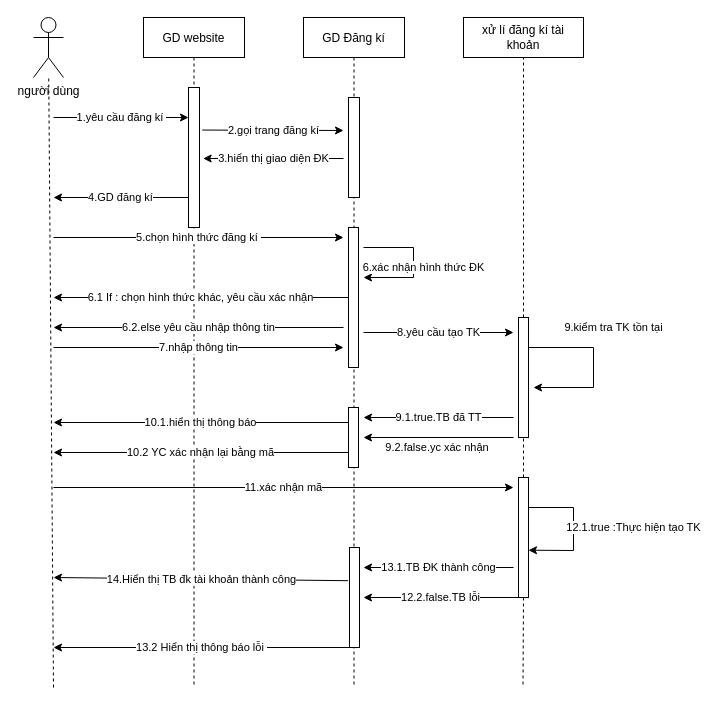
The draw.io diagram page "Page-1" (1 of 3) of sequnece.drawio in trucka312/diagram, before the edit. Source tidied: cells renumbered, new cells numbered last; positions are measured from the earlier drawing's top-left corner, leaving out a move shared by most shapes. Both pictures are drawn from the tidied source at 100%, with x=0, y=0 at pixel (33, 17).
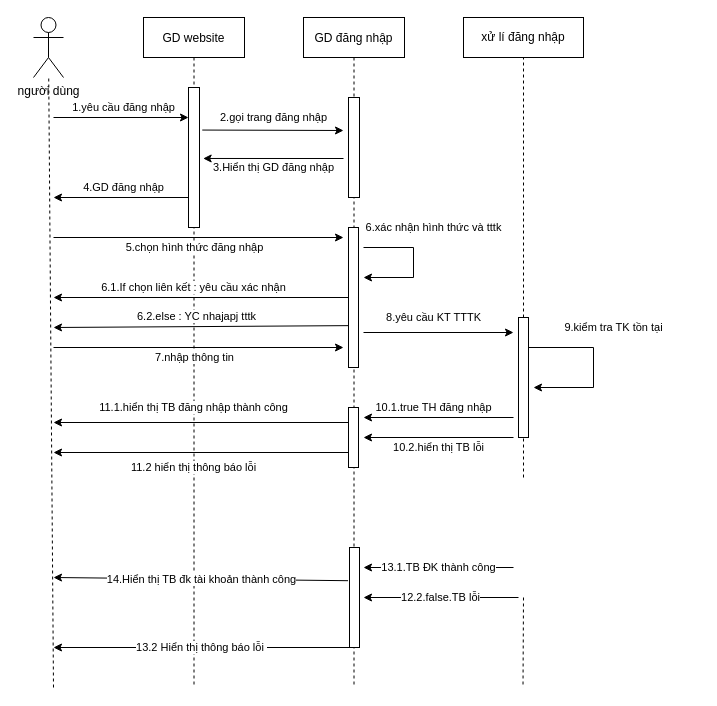
After the change.

The change refers to these unchanged cells:
```xml
<mxCell id="3" style="points=[];perimeter=orthogonalPerimeter;rounded=0;shadow=0;strokeWidth=1;" parent="2" vertex="1">
  <mxGeometry x="45" y="70" width="11" height="140" as="geometry" />
</mxCell>
<mxCell id="6" style="rounded=0;whiteSpace=wrap;html=1;" parent="4" vertex="1">
  <mxGeometry x="45" y="210" width="10" height="140" as="geometry" />
</mxCell>
<mxCell id="8" style="rounded=0;whiteSpace=wrap;html=1;" parent="4" vertex="1">
  <mxGeometry x="45" y="390" width="10" height="60" as="geometry" />
</mxCell>
<mxCell id="18" style="rounded=0;whiteSpace=wrap;html=1;" parent="1" vertex="1">
  <mxGeometry x="485" y="300" width="10" height="120" as="geometry" />
</mxCell>
```

What changed in the source:
```diff
@@
-    <mxCell id="4" value="GD Đăng kí" style="shape=umlLifeline;perimeter=lifelinePerimeter;rounded=0;shadow=0;strokeWidth=1;" parent="1" vertex="1">
+    <mxCell id="4" value="GD đăng nhập" style="shape=umlLifeline;perimeter=lifelinePerimeter;rounded=0;shadow=0;strokeWidth=1;" parent="1" vertex="1">
       <mxGeometry x="270" width="101" height="670" as="geometry" />
     </mxCell>
@@
-    <mxCell id="10" value="xử lí đăng kí tài khoản" style="rounded=0;whiteSpace=wrap;html=1;" parent="1" vertex="1">
+    <mxCell id="10" value="xử lí đăng nhập" style="rounded=0;whiteSpace=wrap;html=1;" parent="1" vertex="1">
       <mxGeometry x="430" width="120" height="40" as="geometry" />
     </mxCell>
-    <mxCell id="11" value="1.yêu cầu đăng kí&amp;nbsp;" style="endArrow=classic;html=1;rounded=0;" parent="1" edge="1" target="3">
-      <mxGeometry relative="1" as="geometry">
+    <mxCell id="11" value="1.yêu cầu đăng nhập" style="endArrow=classic;html=1;rounded=0;" parent="1" edge="1" target="3">
+      <mxGeometry x="0.04" y="10" relative="1" as="geometry">
         <mxPoint x="20" y="100" as="sourcePoint" />
       </mxGeometry>
     </mxCell>
@@
-    <mxCell id="13" value="2.gọi trang đăng kí" style="endArrow=classic;html=1;rounded=0;exitX=1.253;exitY=0.304;exitDx=0;exitDy=0;exitPerimeter=0;" parent="1" edge="1" source="3">
-      <mxGeometry relative="1" as="geometry">
+    <mxCell id="13" value="2.gọi trang đăng nhập" style="endArrow=classic;html=1;rounded=0;exitX=1.253;exitY=0.304;exitDx=0;exitDy=0;exitPerimeter=0;" parent="1" edge="1" source="3">
+      <mxGeometry x="0.01" y="13" relative="1" as="geometry">
         <mxPoint x="310" y="113" as="targetPoint" />
       </mxGeometry>
     </mxCell>
-    <mxCell id="14" value="3.hiển thị giao diện ĐK" style="endArrow=classic;html=1;rounded=0;entryX=1.333;entryY=0.507;entryDx=0;entryDy=0;entryPerimeter=0;" parent="1" edge="1" target="3">
-      <mxGeometry relative="1" as="geometry">
+    <mxCell id="14" value="3.Hiển thị GD đăng nhập" style="endArrow=classic;html=1;rounded=0;entryX=1.333;entryY=0.507;entryDx=0;entryDy=0;entryPerimeter=0;" parent="1" edge="1" target="3">
+      <mxGeometry y="9" relative="1" as="geometry">
         <mxPoint x="310" y="141" as="sourcePoint" />
       </mxGeometry>
     </mxCell>
@@
-    <mxCell id="16" value="4.GD đăng kí" style="endArrow=classic;html=1;rounded=0;" parent="1" edge="1" source="3">
-      <mxGeometry relative="1" as="geometry">
+    <mxCell id="16" value="4.GD đăng nhập" style="endArrow=classic;html=1;rounded=0;" parent="1" edge="1" source="3">
+      <mxGeometry x="-0.04" y="-10" relative="1" as="geometry">
         <mxPoint x="20" y="180" as="targetPoint" />
       </mxGeometry>
     </mxCell>
-    <mxCell id="17" value="5.chọn hình thức đăng kí&amp;nbsp;" style="endArrow=classic;html=1;rounded=0;" parent="1" edge="1">
-      <mxGeometry relative="1" as="geometry">
+    <mxCell id="17" value="5.chọn hình thức đăng nhập" style="endArrow=classic;html=1;rounded=0;" parent="1" edge="1">
+      <mxGeometry x="-0.03" y="-10" relative="1" as="geometry">
         <mxPoint x="20" y="220" as="sourcePoint" />
         <mxPoint x="310" y="220" as="targetPoint" />
       </mxGeometry>
     </mxCell>
@@
-    <mxCell id="19" style="endArrow=none;dashed=1;html=1;rounded=0;entryX=0.5;entryY=1;entryDx=0;entryDy=0;startArrow=none;" parent="1" edge="1" source="26" target="18">
-      <mxGeometry relative="1" as="geometry" />
+    <mxCell id="19" style="endArrow=none;dashed=1;html=1;rounded=0;entryX=0.5;entryY=1;entryDx=0;entryDy=0;startArrow=none;" parent="1" edge="1" target="18">
+      <mxGeometry relative="1" as="geometry">
+        <mxPoint x="490" y="460" as="sourcePoint" />
+      </mxGeometry>
     </mxCell>
-    <mxCell id="20" value="6.xác nhận hình thức ĐK" style="endArrow=classic;html=1;rounded=0;" parent="1" edge="1">
-      <mxGeometry x="0.07" y="10" relative="1" as="geometry">
+    <mxCell id="20" value="6.xác nhận hình thức và tttk" style="endArrow=classic;html=1;rounded=0;" parent="1" edge="1">
+      <mxGeometry x="-0.23" y="28" relative="1" as="geometry">
         <mxPoint x="330" y="230" as="sourcePoint" />
         <mxPoint x="330" y="260" as="targetPoint" />
         <Array as="points">
           <mxPoint x="380" y="230" />
           <mxPoint x="380" y="260" />
         </Array>
+        <mxPoint x="-8" y="-20" as="offset" />
       </mxGeometry>
     </mxCell>
@@
-    <mxCell id="22" value="8.yêu cầu tạo TK" style="endArrow=classic;html=1;rounded=0;" parent="1" edge="1">
-      <mxGeometry relative="1" as="geometry">
+    <mxCell id="22" value="8.yêu cầu KT TTTK" style="endArrow=classic;html=1;rounded=0;" parent="1" edge="1">
+      <mxGeometry x="-0.07" y="15" relative="1" as="geometry">
         <mxPoint x="330" y="315" as="sourcePoint" />
         <mxPoint x="480" y="315" as="targetPoint" />
       </mxGeometry>
     </mxCell>
-    <mxCell id="23" value="9.1.true.TB đã TT" style="endArrow=classic;html=1;rounded=0;" parent="1" edge="1">
-      <mxGeometry relative="1" as="geometry">
+    <mxCell id="23" value="10.1.true TH đăng nhập" style="endArrow=classic;html=1;rounded=0;" parent="1" edge="1">
+      <mxGeometry x="0.07" y="-10" relative="1" as="geometry">
         <mxPoint x="480" y="400" as="sourcePoint" />
         <mxPoint x="330" y="400" as="targetPoint" />
       </mxGeometry>
     </mxCell>
-    <mxCell id="24" value="9.2.false.yc xác nhận&amp;nbsp;" style="endArrow=classic;html=1;rounded=0;" parent="1" edge="1">
+    <mxCell id="24" value="10.2.hiển thị TB lỗi" style="endArrow=classic;html=1;rounded=0;" parent="1" edge="1">
       <mxGeometry y="10" relative="1" as="geometry">
         <mxPoint x="480" y="420" as="sourcePoint" />
         <mxPoint x="330" y="420" as="targetPoint" />
       </mxGeometry>
     </mxCell>
-    <mxCell id="25" value="11.xác nhận mã" style="endArrow=classic;html=1;rounded=0;" parent="1" edge="1">
-      <mxGeometry relative="1" as="geometry">
-        <mxPoint x="20" y="470" as="sourcePoint" />
-        <mxPoint x="480" y="470" as="targetPoint" />
-      </mxGeometry>
-    </mxCell>
-    <mxCell id="26" style="rounded=0;whiteSpace=wrap;html=1;" parent="1" vertex="1">
-      <mxGeometry x="485" y="460" width="10" height="120" as="geometry" />
-    </mxCell>
-    <mxCell id="27" style="endArrow=none;dashed=1;html=1;rounded=0;exitX=0.5;exitY=1;exitDx=0;exitDy=0;exitPerimeter=0;" parent="1" edge="1" source="26">
+    <mxCell id="27" style="endArrow=none;dashed=1;html=1;rounded=0;exitX=0.5;exitY=1;exitDx=0;exitDy=0;exitPerimeter=0;" parent="1" edge="1">
       <mxGeometry relative="1" as="geometry">
+        <mxPoint x="490" y="580" as="sourcePoint" />
         <mxPoint x="489.5" y="670" as="targetPoint" />
       </mxGeometry>
     </mxCell>
-    <mxCell id="28" value="12.1.true :Thực hiện tạo TK" style="endArrow=classic;html=1;rounded=0;exitX=1;exitY=0.25;exitDx=0;exitDy=0;entryX=1;entryY=0.606;entryDx=0;entryDy=0;entryPerimeter=0;" parent="1" edge="1" source="26" target="26">
-      <mxGeometry x="-0.02" y="60" relative="1" as="geometry">
-        <Array as="points">
-          <mxPoint x="540" y="490" />
-          <mxPoint x="540" y="533" />
-        </Array>
-      </mxGeometry>
-    </mxCell>
-    <mxCell id="29" value="12.2.false.TB lỗi" style="endArrow=classic;html=1;rounded=0;exitX=0;exitY=1;exitDx=0;exitDy=0;" parent="1" edge="1" source="26">
+    <mxCell id="29" value="12.2.false.TB lỗi" style="endArrow=classic;html=1;rounded=0;exitX=0;exitY=1;exitDx=0;exitDy=0;" parent="1" edge="1">
       <mxGeometry relative="1" as="geometry">
+        <mxPoint x="485" y="580" as="sourcePoint" />
         <mxPoint x="330" y="580" as="targetPoint" />
       </mxGeometry>
     </mxCell>
@@
-    <mxCell id="31" value="6.1 If : chọn hình thức khác, yêu cầu xác nhận" style="endArrow=classic;html=1;rounded=0;exitX=0;exitY=0.5;exitDx=0;exitDy=0;" parent="1" edge="1" source="6">
-      <mxGeometry relative="1" as="geometry">
+    <mxCell id="31" value="6.1.If chọn liên kết : yêu cầu xác nhận" style="endArrow=classic;html=1;rounded=0;exitX=0;exitY=0.5;exitDx=0;exitDy=0;" parent="1" edge="1" source="6">
+      <mxGeometry x="0.05" y="-10" relative="1" as="geometry">
         <mxPoint x="20" y="280" as="targetPoint" />
       </mxGeometry>
     </mxCell>
-    <mxCell id="32" value="6.2.else yêu cầu nhập thông tin" style="endArrow=classic;html=1;rounded=0;" parent="1" edge="1">
-      <mxGeometry relative="1" as="geometry">
-        <mxPoint x="310" y="310" as="sourcePoint" />
+    <mxCell id="32" value="6.2.else : YC nhajapj tttk" style="endArrow=classic;html=1;rounded=0;exitX=0.044;exitY=0.701;exitDx=0;exitDy=0;exitPerimeter=0;" parent="1" edge="1" source="6">
+      <mxGeometry x="0.03" y="-10" relative="1" as="geometry">
         <mxPoint x="20" y="310" as="targetPoint" />
       </mxGeometry>
     </mxCell>
     <mxCell id="33" value="7.nhập thông tin" style="endArrow=classic;html=1;rounded=0;" parent="1" edge="1">
-      <mxGeometry relative="1" as="geometry">
+      <mxGeometry x="-0.03" y="-10" relative="1" as="geometry">
         <mxPoint x="20" y="330" as="sourcePoint" />
         <mxPoint x="310" y="330" as="targetPoint" />
       </mxGeometry>
     </mxCell>
-    <mxCell id="34" value="10.1.hiển thị thông báo" style="endArrow=classic;html=1;rounded=0;exitX=0;exitY=0.25;exitDx=0;exitDy=0;" parent="1" edge="1" source="8">
-      <mxGeometry relative="1" as="geometry">
+    <mxCell id="34" value="11.1.hiển thị TB đăng nhập thành công" style="endArrow=classic;html=1;rounded=0;exitX=0;exitY=0.25;exitDx=0;exitDy=0;" parent="1" edge="1" source="8">
+      <mxGeometry x="0.05" y="-15" relative="1" as="geometry">
         <mxPoint x="20" y="405" as="targetPoint" />
       </mxGeometry>
     </mxCell>
-    <mxCell id="35" value="10.2 YC xác nhận lại bằng mã" style="endArrow=classic;html=1;rounded=0;exitX=0;exitY=0.75;exitDx=0;exitDy=0;" parent="1" edge="1" source="8">
-      <mxGeometry relative="1" as="geometry">
+    <mxCell id="35" value="11.2 hiển thị thông báo lỗi" style="endArrow=classic;html=1;rounded=0;exitX=0;exitY=0.75;exitDx=0;exitDy=0;" parent="1" edge="1" source="8">
+      <mxGeometry x="0.05" y="15" relative="1" as="geometry">
         <mxPoint x="20" y="435" as="targetPoint" />
       </mxGeometry>
     </mxCell>
```
